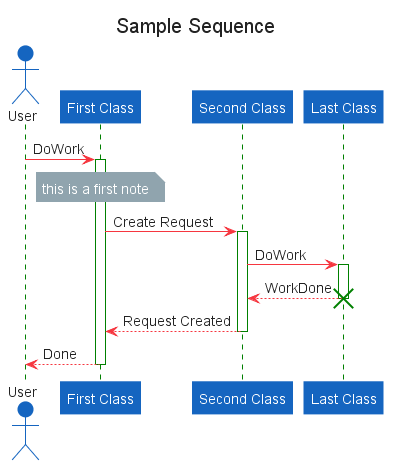
Earlier version of the PlantUML export dist/samples/sequence-sample/sequence-sample.png (xuanye/plantuml-style-c4). Source of this version:
```plantuml
@startuml sequence-sample































skinparam wrapWidth 200
skinparam maxMessageSize 150
skinparam ComponentStyle uml2
skinparam Shadowing false

skinparam Default {
    FontColor #222222
    FontSize  14
    FontStyle plain
    Shadowing false
    TextAlignment center
}

skinparam Note {
    BackgroundColor #90A4AE
    BorderColor #90A4AE
    BorderThickness 1
    FontColor White
    Shadowing false
    TextAlignment left
}

skinparam Note<<quit>> {

    BackgroundColor #F9A825
    BorderColor #F9A825
}

skinparam Sequence {
    ActorBorderThickness 1
    LifeLineBorderColor GREEN
    ParticipantBorderThickness 0
    Shadowing false
    GroupBorderColor #444444
    GroupBackgroundColor #444444
}

skinparam Activity {

    StartColor #37A77C
    EndColor #F6363F
    AttributeFontColor white
    AttributeFontSize  15
    AttributeFontname  Droid Sans Mono

    BackgroundColor #BBDEFB
    BorderColor #90CAF9
    BorderThickness 1

    ArrowThickness 1


    BarColor   #0D47A1


    DiamondBackgroundColor   #FFE0B2
    DiamondBorderColor    #FFCC80


}

skinparam Class {
    BackgroundColor #E3F2FD
    BorderColor #64B5F6
    BorderThickness 1


    StereotypeFontColor #DD2C00
    StereotypeFontSize 1
}
skinparam Interface {
    BackgroundColor #E3F2FD
    BorderColor #424242
    FontSize 14


    StereotypeFontColor #DD2C00
    StereotypeFontSize 1
}

skinparam Participant {
    BackgroundColor #1565C0
    BorderColor #1565C0
    FontColor White
    Shadowing false
}

skinparam Actor {
    BackgroundColor #1565C0
    BorderColor #1565C0
    Shadowing false
}

skinparam UseCase {
    BackgroundColor #64B5F6
    BorderColor #64B5F6
    Shadowing false

    ArrowThickness 1
    ArrowColor #1565C0

    ActorBackgroundColor #1565C0
    ActorBorderColor #0D47A1
    ActorShadowing false

}


skinparam State {
    FontSize           17

    AttributeFontSize  14

    BackgroundColor    #BBDEFB
    BorderColor        #90CAF9
    StartColor #37A77C
    EndColor #F6363F
}

skinparam Partition {
    BorderColor #424242
    BorderStyle dashed

    BorderThickness 1
}

skinparam rectangle {
    StereotypeFontSize 12
    shadowing false
}

skinparam database {
    StereotypeFontSize 12
    shadowing false
}


skinparam rectangle<<usercase>> {
    Shadowing false
    StereotypeFontSize 0
    FontColor #424242
    BorderColor #424242
    BorderStyle dashed
}











skinparam ArrowColor #F6363F

title <size:20>Sample Sequence</size>

actor User
participant "First Class" as A
participant "Second Class" as B
participant "Last Class" as C

User -> A: DoWork
activate A
note over A: this is a first note
A -> B: Create Request
activate B

B -> C: DoWork
activate C
C --> B: WorkDone
destroy C

B --> A: Request Created
deactivate B

A --> User: Done
deactivate A


@enduml
```
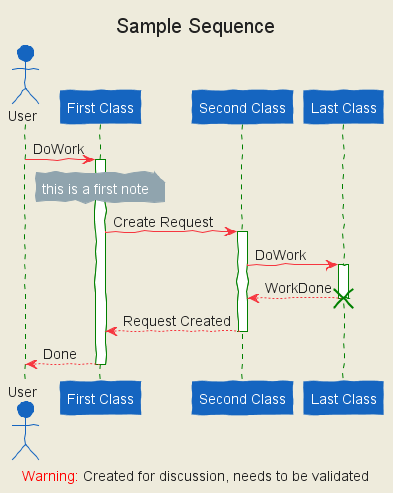
The same diagram one commit later.

The edit, as a diff of the source:
```diff
@@ -1,4 +1,8 @@
 @startuml sequence-sample
+
+
+
+
 
 
 
@@ -36,11 +40,14 @@
 skinparam Shadowing false
 
 skinparam Default {
+    FontName "'Input Mono','Microsoft YaHei Mono',Menlo, Monaco, 'Courier New', monospace"
     FontColor #222222
     FontSize  14
     FontStyle plain
     Shadowing false
     TextAlignment center
+    BackgroundColor #E3F2FD
+    BorderColor #424242
 }
 
 skinparam Note {
@@ -97,18 +104,23 @@
     BorderThickness 1
 
 
-    StereotypeFontColor #DD2C00
-    StereotypeFontSize 1
+    StereotypeFontColor #589DF6
+    StereotypeFontSize 14
 }
+
+
+
 skinparam Interface {
     BackgroundColor #E3F2FD
     BorderColor #424242
     FontSize 14
 
 
-    StereotypeFontColor #DD2C00
+    StereotypeFontColor #589DF6
     StereotypeFontSize 1
 }
+
+
 
 skinparam Participant {
     BackgroundColor #1565C0
@@ -127,7 +139,6 @@
     BackgroundColor #64B5F6
     BorderColor #64B5F6
     Shadowing false
-
     ArrowThickness 1
     ArrowColor #1565C0
 
@@ -166,6 +177,87 @@
     shadowing false
 }
 
+skinparam Queue {
+    BackgroundColor #E3F2FD
+    BorderColor #424242
+}
+skinparam Agent {
+    BackgroundColor #E3F2FD
+    BorderColor #424242
+}
+skinparam Artifact {
+    BackgroundColor #E3F2FD
+    BorderColor #424242
+}
+
+skinparam Boundary {
+    BackgroundColor #E3F2FD
+    BorderColor #424242
+}
+skinparam Card {
+    BackgroundColor #E3F2FD
+    BorderColor #424242
+}
+
+skinparam Cloud {
+    BackgroundColor #E3F2FD
+    BorderColor #424242
+}
+
+skinparam Component {
+    BackgroundColor #E3F2FD
+    BorderColor #424242
+}
+skinparam Control {
+    BackgroundColor #E3F2FD
+    BorderColor #424242
+}
+skinparam Database {
+    BackgroundColor #E3F2FD
+    BorderColor #424242
+}
+
+skinparam Entity {
+    BackgroundColor #E3F2FD
+    BorderColor #424242
+}
+skinparam File {
+    BackgroundColor #E3F2FD
+    BorderColor #424242
+}
+skinparam Folder {
+    BackgroundColor #E3F2FD
+    BorderColor #424242
+
+}
+skinparam Frame {
+    BackgroundColor #E3F2FD
+    BorderColor #424242
+}
+skinparam Node {
+    BackgroundColor #E3F2FD
+    BorderColor #424242
+}
+
+
+skinparam Package {
+    BackgroundColor #E3F2FD
+    BorderColor #424242
+}
+skinparam Stack {
+    BackgroundColor #E3F2FD
+    BorderColor #424242
+}
+
+skinparam Rectangle {
+    BackgroundColor #E3F2FD
+    BorderColor #424242
+}
+
+skinparam Storage {
+    BackgroundColor #E3F2FD
+    BorderColor #424242
+}
 
 skinparam rectangle<<usercase>> {
     Shadowing false
@@ -173,6 +265,7 @@
     FontColor #424242
     BorderColor #424242
     BorderStyle dashed
+    BackgroundColor White
 }
 
 
@@ -185,6 +278,11 @@
 
 
 
+
+
+skinparam backgroundColor #EEEBDC
+skinparam handwritten true
+center footer <font color=red>Warning:</font> Created for discussion, needs to be validated
 skinparam ArrowColor #F6363F
 
 title <size:20>Sample Sequence</size>
```
